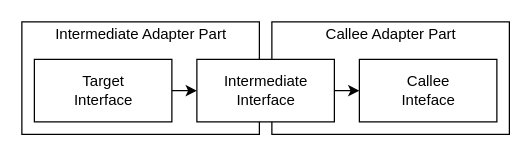
timfel/papers keeps this draw.io diagram as drawio/adapter_parts.drawio. Above is the earlier version. Source tidied: cells renumbered, new cells numbered last; positions are measured from the earlier drawing's top-left corner, leaving out a move shared by most shapes. Both pictures are drawn from the tidied source at 125%, with x=0, y=0 at pixel (21, 21).
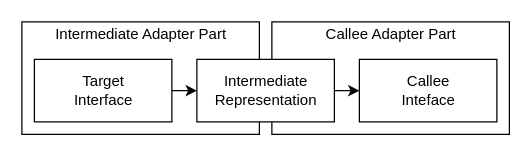
The same page after the edit.

Commit message (it also covers changes not shown here):
Edit illustration of the adapter

The edit, as a diff of the source:
```diff
@@
 <mxGraphModel background="#ffffff">
   <root>
     <mxCell id="0" />
     <mxCell id="1" parent="0" />
     <mxCell id="2" style="rounded=0;whiteSpace=wrap;html=1;fillColor=none;" parent="1" vertex="1">
       <mxGeometry x="200" width="190" height="90" as="geometry" />
     </mxCell>
     <mxCell id="3" style="rounded=0;whiteSpace=wrap;html=1;fillColor=none;" parent="1" vertex="1">
       <mxGeometry width="190" height="90" as="geometry" />
     </mxCell>
     <mxCell id="4" value="&lt;font style=&quot;font-size: 12px&quot;&gt;Intermediate Adapter Part&lt;/font&gt;" style="text;html=1;align=center;verticalAlign=middle;" parent="1" vertex="1">
       <mxGeometry x="20" width="150" height="20" as="geometry" />
     </mxCell>
     <mxCell id="5" value="&lt;div&gt;Target&lt;/div&gt;&lt;div&gt;Interface&lt;br&gt;&lt;/div&gt;" style="html=1;" parent="1" vertex="1">
       <mxGeometry x="10" y="30" width="110" height="50" as="geometry" />
     </mxCell>
     <mxCell id="6" style="edgeStyle=orthogonalEdgeStyle;rounded=0;jettySize=auto;html=1;exitX=0;exitY=0.5;exitDx=0;exitDy=0;entryX=1;entryY=0.5;entryDx=0;entryDy=0;startArrow=classic;startFill=1;endArrow=none;endFill=0;" parent="1" edge="1" source="9" target="5">
       <mxGeometry relative="1" as="geometry" />
     </mxCell>
     <mxCell id="7" style="edgeStyle=orthogonalEdgeStyle;rounded=0;jettySize=auto;html=1;exitX=1;exitY=0.5;exitDx=0;exitDy=0;entryX=0;entryY=0.5;entryDx=0;entryDy=0;" parent="1" edge="1" source="9" target="8">
       <mxGeometry relative="1" as="geometry" />
     </mxCell>
     <mxCell id="8" value="&lt;div&gt;Callee&lt;/div&gt;&lt;div&gt;Inteface&lt;br&gt;&lt;/div&gt;" style="html=1;" parent="1" vertex="1">
       <mxGeometry x="270" y="30" width="110" height="50" as="geometry" />
     </mxCell>
-    <mxCell id="9" value="&lt;div&gt;Intermediate&lt;/div&gt;&lt;div&gt;Interface&lt;br&gt;&lt;/div&gt;" style="html=1;" parent="1" vertex="1">
+    <mxCell id="9" value="&lt;div&gt;Intermediate&lt;/div&gt;&lt;div&gt;Representation&lt;br&gt;&lt;/div&gt;" style="html=1;" parent="1" vertex="1">
       <mxGeometry x="140" y="30" width="110" height="50" as="geometry" />
     </mxCell>
     <mxCell id="10" value="Callee Adapter Part" style="text;html=1;align=center;verticalAlign=middle;" parent="1" vertex="1">
       <mxGeometry x="235" width="120" height="20" as="geometry" />
     </mxCell>
   </root>
 </mxGraphModel>
```
